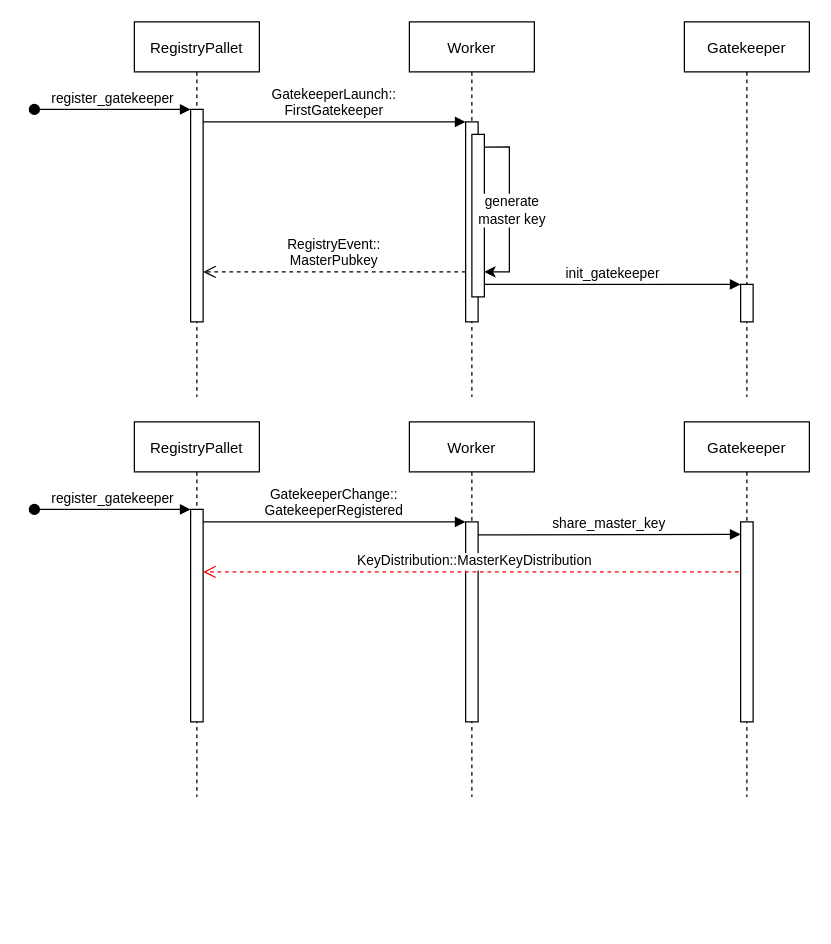
Earlier version of the draw.io diagram master-key-provision.drawio (shelvenzhou/drawio-diagrams). Source tidied: cells renumbered, new cells numbered last; positions are measured from the earlier drawing's top-left corner, leaving out a move shared by most shapes. Both pictures are drawn from the tidied source at 125%, with x=0, y=0 at pixel (34, 21).
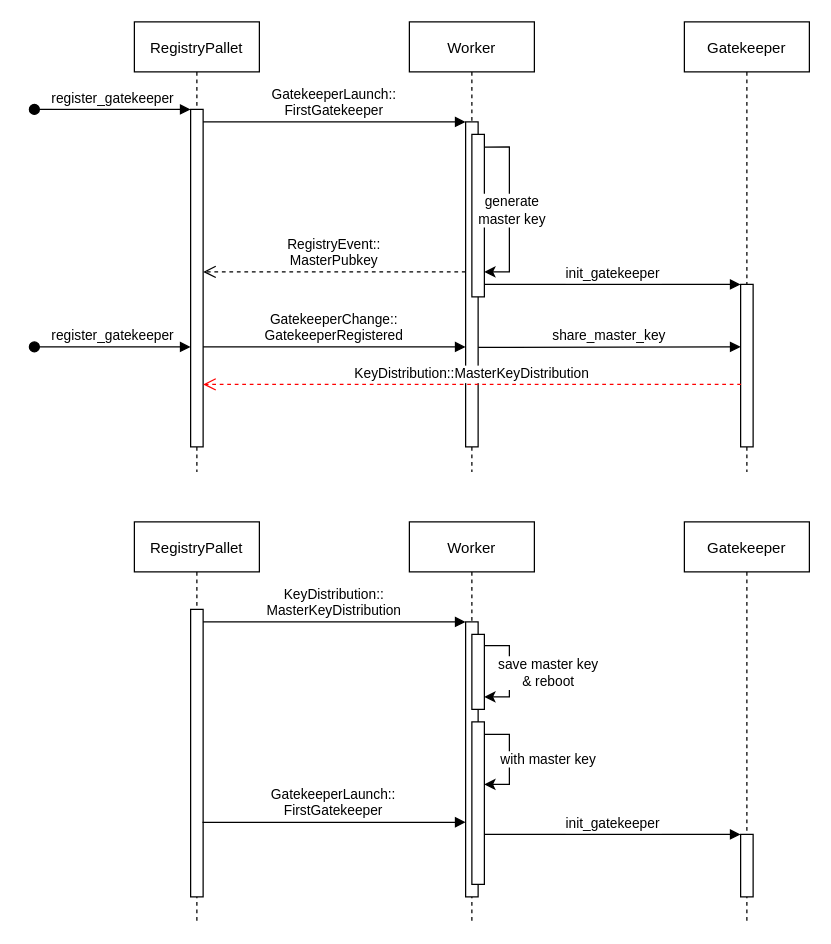
The same diagram, later.

What changed in the source:
```diff
@@
     <mxCell id="2" value="RegistryPallet" style="shape=umlLifeline;perimeter=lifelinePerimeter;rounded=0;shadow=0;strokeWidth=1;" parent="1" vertex="1">
-      <mxGeometry x="80" width="100" height="300" as="geometry" />
+      <mxGeometry x="80" width="100" height="360" as="geometry" />
     </mxCell>
     <mxCell id="3" style="points=[];perimeter=orthogonalPerimeter;rounded=0;shadow=0;strokeWidth=1;" parent="2" vertex="1">
-      <mxGeometry x="45" y="70" width="10" height="170" as="geometry" />
+      <mxGeometry x="45" y="70" width="10" height="270" as="geometry" />
     </mxCell>
@@
+    <mxCell id="17" value="register_gatekeeper" style="verticalAlign=bottom;startArrow=oval;endArrow=block;startSize=8;shadow=0;strokeWidth=1;" parent="2" edge="1">
+      <mxGeometry relative="1" as="geometry">
+        <mxPoint x="-80" y="260" as="sourcePoint" />
+        <mxPoint x="45" y="260" as="targetPoint" />
+      </mxGeometry>
+    </mxCell>
     <mxCell id="5" value="Worker" style="shape=umlLifeline;perimeter=lifelinePerimeter;rounded=0;shadow=0;strokeWidth=1;" parent="1" vertex="1">
-      <mxGeometry x="300" width="100" height="300" as="geometry" />
+      <mxGeometry x="300" width="100" height="360" as="geometry" />
     </mxCell>
     <mxCell id="6" style="points=[];perimeter=orthogonalPerimeter;rounded=0;shadow=0;strokeWidth=1;" parent="5" vertex="1">
-      <mxGeometry x="45" y="80" width="10" height="160" as="geometry" />
+      <mxGeometry x="45" y="80" width="10" height="260" as="geometry" />
     </mxCell>
@@
     <mxCell id="13" value="Gatekeeper" style="shape=umlLifeline;perimeter=lifelinePerimeter;rounded=0;shadow=0;strokeWidth=1;" parent="1" vertex="1">
-      <mxGeometry x="520" width="100" height="300" as="geometry" />
+      <mxGeometry x="520" width="100" height="360" as="geometry" />
     </mxCell>
     <mxCell id="14" style="points=[];perimeter=orthogonalPerimeter;rounded=0;shadow=0;strokeWidth=1;" parent="13" vertex="1">
-      <mxGeometry x="45" y="210" width="10" height="30" as="geometry" />
+      <mxGeometry x="45" y="210" width="10" height="130" as="geometry" />
     </mxCell>
     <mxCell id="15" value="RegistryPallet" style="shape=umlLifeline;perimeter=lifelinePerimeter;rounded=0;shadow=0;strokeWidth=1;" parent="1" vertex="1">
-      <mxGeometry x="80" y="320" width="100" height="300" as="geometry" />
+      <mxGeometry x="80" y="400" width="100" height="320" as="geometry" />
     </mxCell>
-    <mxCell id="16" style="points=[];perimeter=orthogonalPerimeter;rounded=0;shadow=0;strokeWidth=1;" parent="15" vertex="1">
-      <mxGeometry x="45" y="70" width="10" height="170" as="geometry" />
-    </mxCell>
-    <mxCell id="17" value="register_gatekeeper" style="verticalAlign=bottom;startArrow=oval;endArrow=block;startSize=8;shadow=0;strokeWidth=1;" parent="15" edge="1" target="16">
-      <mxGeometry relative="1" as="geometry">
-        <mxPoint x="-80" y="70" as="sourcePoint" />
-      </mxGeometry>
-    </mxCell>
+    <mxCell id="25" style="points=[];perimeter=orthogonalPerimeter;rounded=0;shadow=0;strokeWidth=1;" parent="15" vertex="1">
+      <mxGeometry x="45" y="70" width="10" height="230" as="geometry" />
+    </mxCell>
     <mxCell id="18" value="Worker" style="shape=umlLifeline;perimeter=lifelinePerimeter;rounded=0;shadow=0;strokeWidth=1;" parent="1" vertex="1">
-      <mxGeometry x="300" y="320" width="100" height="300" as="geometry" />
+      <mxGeometry x="300" y="400" width="100" height="320" as="geometry" />
     </mxCell>
-    <mxCell id="19" style="points=[];perimeter=orthogonalPerimeter;rounded=0;shadow=0;strokeWidth=1;" parent="18" vertex="1">
-      <mxGeometry x="45" y="80" width="10" height="160" as="geometry" />
-    </mxCell>
+    <mxCell id="26" style="points=[];perimeter=orthogonalPerimeter;rounded=0;shadow=0;strokeWidth=1;" parent="18" vertex="1">
+      <mxGeometry x="45" y="80" width="10" height="220" as="geometry" />
+    </mxCell>
+    <mxCell id="27" style="points=[];perimeter=orthogonalPerimeter;rounded=0;shadow=0;strokeWidth=1;" parent="18" vertex="1">
+      <mxGeometry x="50" y="90" width="10" height="60" as="geometry" />
+    </mxCell>
+    <mxCell id="28" style="edgeStyle=orthogonalEdgeStyle;rounded=0;orthogonalLoop=1;jettySize=auto;html=1;" parent="18" edge="1" source="27" target="27">
+      <mxGeometry relative="1" as="geometry">
+        <Array as="points">
+          <mxPoint x="80" y="99" />
+          <mxPoint x="80" y="140" />
+        </Array>
+      </mxGeometry>
+    </mxCell>
+    <mxCell id="29" value="save master key&lt;br&gt;&amp;amp; reboot" style="edgeLabel;html=1;align=center;verticalAlign=middle;" parent="28" vertex="1">
+      <mxGeometry x="0.01" y="1" relative="1" as="geometry">
+        <mxPoint x="29" as="offset" />
+      </mxGeometry>
+    </mxCell>
+    <mxCell id="30" style="points=[];perimeter=orthogonalPerimeter;rounded=0;shadow=0;strokeWidth=1;" parent="18" vertex="1">
+      <mxGeometry x="50" y="160" width="10" height="130" as="geometry" />
+    </mxCell>
+    <mxCell id="31" style="edgeStyle=orthogonalEdgeStyle;rounded=0;orthogonalLoop=1;jettySize=auto;html=1;" parent="18" edge="1" source="30" target="30">
+      <mxGeometry relative="1" as="geometry">
+        <Array as="points">
+          <mxPoint x="80" y="170" />
+          <mxPoint x="80" y="210" />
+        </Array>
+      </mxGeometry>
+    </mxCell>
+    <mxCell id="32" value="with master key" style="edgeLabel;html=1;align=center;verticalAlign=middle;" parent="31" vertex="1">
+      <mxGeometry x="0.01" y="1" relative="1" as="geometry">
+        <mxPoint x="29" y="-1" as="offset" />
+      </mxGeometry>
+    </mxCell>
+    <mxCell id="33" value="KeyDistribution::&#10;MasterKeyDistribution" style="verticalAlign=bottom;endArrow=block;entryX=0;entryY=0;shadow=0;strokeWidth=1;" parent="1" edge="1" source="25" target="26">
+      <mxGeometry relative="1" as="geometry" />
+    </mxCell>
+    <mxCell id="23" value="Gatekeeper" style="shape=umlLifeline;perimeter=lifelinePerimeter;rounded=0;shadow=0;strokeWidth=1;" parent="1" vertex="1">
+      <mxGeometry x="520" y="400" width="100" height="320" as="geometry" />
+    </mxCell>
+    <mxCell id="34" style="points=[];perimeter=orthogonalPerimeter;rounded=0;shadow=0;strokeWidth=1;" parent="23" vertex="1">
+      <mxGeometry x="45" y="250" width="10" height="50" as="geometry" />
+    </mxCell>
+    <mxCell id="35" value="GatekeeperLaunch::&#10;FirstGatekeeper" style="verticalAlign=bottom;endArrow=block;shadow=0;strokeWidth=1;exitX=0.95;exitY=0.81;exitDx=0;exitDy=0;exitPerimeter=0;" parent="1" edge="1">
+      <mxGeometry relative="1" as="geometry">
+        <mxPoint x="134.5" y="640.3" as="sourcePoint" />
+        <mxPoint x="345" y="640.3" as="targetPoint" />
+      </mxGeometry>
+    </mxCell>
-    <mxCell id="20" value="share_master_key" style="verticalAlign=bottom;endArrow=block;shadow=0;strokeWidth=1;exitX=1.005;exitY=0.065;exitDx=0;exitDy=0;exitPerimeter=0;" parent="18" edge="1" source="19">
+    <mxCell id="20" value="share_master_key" style="verticalAlign=bottom;endArrow=block;shadow=0;strokeWidth=1;exitX=1.005;exitY=0.065;exitDx=0;exitDy=0;exitPerimeter=0;" parent="1" edge="1">
       <mxGeometry relative="1" as="geometry">
-        <mxPoint x="265" y="90" as="targetPoint" />
+        <mxPoint x="355.1" y="260.4" as="sourcePoint" />
+        <mxPoint x="565" y="260" as="targetPoint" />
       </mxGeometry>
     </mxCell>
+    <mxCell id="22" value="GatekeeperChange::&#10;GatekeeperRegistered" style="verticalAlign=bottom;endArrow=block;entryX=0;entryY=0;shadow=0;strokeWidth=1;" parent="1" edge="1">
+      <mxGeometry relative="1" as="geometry">
+        <mxPoint x="135" y="260" as="sourcePoint" />
+        <mxPoint x="345" y="260" as="targetPoint" />
+      </mxGeometry>
+    </mxCell>
-    <mxCell id="21" value="KeyDistribution::MasterKeyDistribution" style="verticalAlign=bottom;endArrow=open;dashed=1;endSize=8;shadow=0;strokeWidth=1;fillColor=#FF0000;strokeColor=#FF0000;" parent="1" edge="1" source="23">
+    <mxCell id="21" value="KeyDistribution::MasterKeyDistribution" style="verticalAlign=bottom;endArrow=open;dashed=1;endSize=8;shadow=0;strokeWidth=1;fillColor=#FF0000;strokeColor=#FF0000;" parent="1" edge="1">
       <mxGeometry relative="1" as="geometry">
-        <mxPoint x="135" y="440" as="targetPoint" />
+        <mxPoint x="565.3" y="290" as="sourcePoint" />
+        <mxPoint x="135" y="290" as="targetPoint" />
       </mxGeometry>
     </mxCell>
-    <mxCell id="22" value="GatekeeperChange::&#10;GatekeeperRegistered" style="verticalAlign=bottom;endArrow=block;entryX=0;entryY=0;shadow=0;strokeWidth=1;" parent="1" edge="1" source="16" target="19">
-      <mxGeometry relative="1" as="geometry" />
-    </mxCell>
-    <mxCell id="23" value="Gatekeeper" style="shape=umlLifeline;perimeter=lifelinePerimeter;rounded=0;shadow=0;strokeWidth=1;" parent="1" vertex="1">
-      <mxGeometry x="520" y="320" width="100" height="300" as="geometry" />
-    </mxCell>
-    <mxCell id="24" style="perimeter=orthogonalPerimeter;rounded=0;shadow=0;strokeWidth=1;" parent="23" vertex="1">
-      <mxGeometry x="45" y="80" width="10" height="160" as="geometry" />
-    </mxCell>
+    <mxCell id="36" value="init_gatekeeper" style="verticalAlign=bottom;endArrow=block;shadow=0;strokeWidth=1;" parent="1" edge="1" source="30" target="34">
+      <mxGeometry relative="1" as="geometry" />
+    </mxCell>
```
